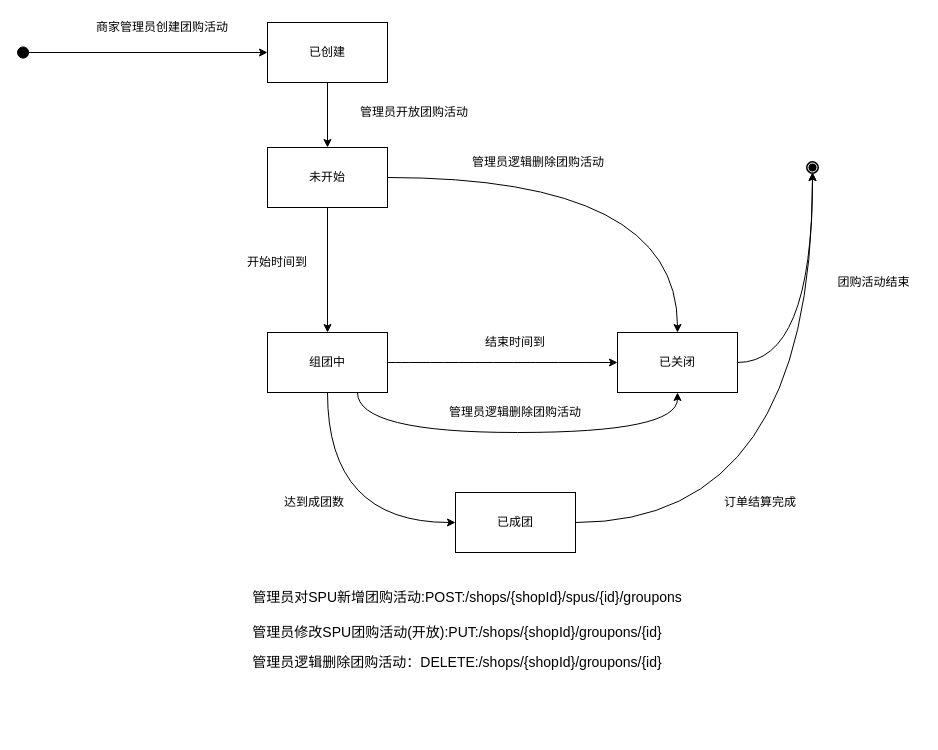
This is OOAD小组作业/商品模块状态设计之团购子模块.drawio from app1echip/grams, a draw.io file, before an edit. Source tidied: cells renumbered, new cells numbered last; positions are measured from the earlier drawing's top-left corner, leaving out a move shared by most shapes. Both pictures are drawn from the tidied source at 100%, with x=0, y=0 at pixel (17, 17).
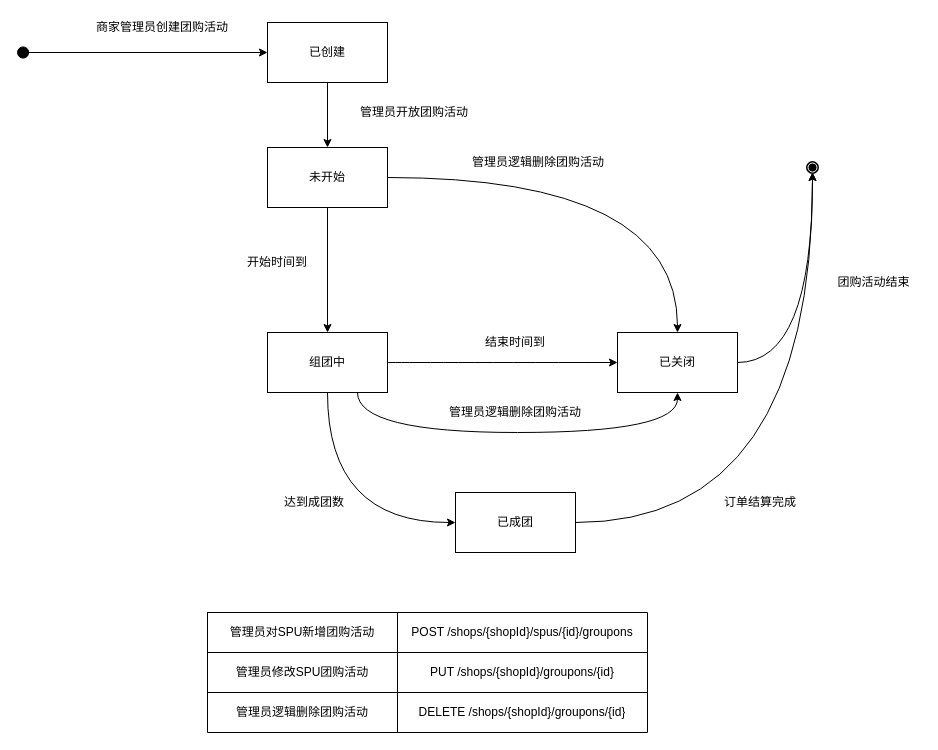
The same diagram, later.

Commit message:
Update 商品模块状态设计之团购子模块.drawio

Diff of the diagram source:
```diff
@@
-    <mxCell id="23" value="&lt;font style=&quot;font-size: 14px&quot;&gt;&lt;span&gt;&lt;span&gt;管理员对SPU新增团购活动&lt;/span&gt;&lt;/span&gt;:POST:/shops/{shopId}/spus/{id}/groupons&lt;/font&gt;" style="text;html=1;strokeColor=none;fillColor=none;align=center;verticalAlign=middle;whiteSpace=wrap;rounded=0;shadow=0;" parent="1" vertex="1">
-      <mxGeometry x="230" y="570" width="440" height="20" as="geometry" />
-    </mxCell>
-    <mxCell id="24" value="&lt;font style=&quot;font-size: 14px&quot;&gt;&lt;span&gt;&lt;span&gt;&lt;span class=&quot;opblock-summary-method&quot;&gt;&lt;/span&gt;&lt;span class=&quot;opblock-summary-path&quot;&gt;&lt;a class=&quot;nostyle&quot;&gt;&lt;span&gt;&lt;/span&gt;&lt;/a&gt;&lt;/span&gt;&lt;/span&gt;&lt;/span&gt;&lt;span&gt;&lt;span&gt;&lt;span class=&quot;opblock-summary-path&quot;&gt;&lt;a class=&quot;nostyle&quot;&gt;&lt;span&gt;&lt;span&gt;&lt;span&gt;&lt;span class=&quot;opblock-summary-path&quot;&gt;&lt;/span&gt;&lt;/span&gt;&lt;/span&gt;&lt;/span&gt;&lt;/a&gt;&lt;a class=&quot;nostyle&quot;&gt;&lt;span&gt;&lt;/span&gt;&lt;/a&gt;&lt;/span&gt;&lt;/span&gt;&lt;/span&gt;&lt;span&gt;&lt;span&gt;管理员修改SPU团购活动(开放):PUT:&lt;/span&gt;&lt;/span&gt;/shops/{shopId}/groupons/{id}&lt;span&gt;&lt;span&gt;&lt;/span&gt;&lt;/span&gt;&lt;span&gt;&lt;span&gt;&lt;/span&gt;&lt;/span&gt;&lt;span&gt;&lt;span&gt;&lt;span class=&quot;opblock-summary-path&quot;&gt;&lt;/span&gt;&lt;/span&gt;&lt;/span&gt;&lt;span&gt;&lt;span&gt;&lt;span class=&quot;opblock-summary-path&quot;&gt;&lt;/span&gt;&lt;/span&gt;&lt;/span&gt;&lt;span&gt;&lt;span&gt;&lt;span class=&quot;opblock-summary-path&quot;&gt;&lt;/span&gt;&lt;/span&gt;&lt;/span&gt;&lt;/font&gt;" style="text;html=1;strokeColor=none;fillColor=none;align=center;verticalAlign=middle;whiteSpace=wrap;rounded=0;" parent="1" vertex="1">
-      <mxGeometry x="230" y="605" width="420" height="20" as="geometry" />
-    </mxCell>
-    <mxCell id="25" value="&lt;font style=&quot;font-size: 14px&quot;&gt;管理员逻辑删除团购活动：DELETE:/shops/{shopId}/groupons/{id}&lt;/font&gt;" style="text;html=1;strokeColor=none;fillColor=none;align=center;verticalAlign=middle;whiteSpace=wrap;rounded=0;shadow=0;" parent="1" vertex="1">
-      <mxGeometry x="230" y="635" width="420" height="20" as="geometry" />
-    </mxCell>
@@
+    <mxCell id="30" style="shape=table;html=1;whiteSpace=wrap;startSize=0;childLayout=tableLayout;" parent="1" vertex="1">
+      <mxGeometry x="190" y="595" width="440" height="120" as="geometry" />
+    </mxCell>
+    <mxCell id="31" style="shape=partialRectangle;html=1;whiteSpace=wrap;fillColor=none;top=0;left=0;bottom=0;right=0;" parent="30" vertex="1">
+      <mxGeometry width="440" height="40" as="geometry" />
+    </mxCell>
+    <mxCell id="32" value="管理员对SPU新增团购活动" style="shape=partialRectangle;html=1;whiteSpace=wrap;overflow=hidden;fillColor=none;top=0;left=0;bottom=0;right=0;" parent="31" vertex="1">
+      <mxGeometry width="190" height="40" as="geometry" />
+    </mxCell>
+    <mxCell id="33" value="POST /shops/{shopId}/spus/{id}/groupons" style="shape=partialRectangle;html=1;whiteSpace=wrap;overflow=hidden;fillColor=none;top=0;left=0;bottom=0;right=0;" parent="31" vertex="1">
+      <mxGeometry x="190" width="250" height="40" as="geometry" />
+    </mxCell>
+    <mxCell id="34" style="shape=partialRectangle;html=1;whiteSpace=wrap;fillColor=none;top=0;left=0;bottom=0;right=0;" parent="30" vertex="1">
+      <mxGeometry y="40" width="440" height="40" as="geometry" />
+    </mxCell>
+    <mxCell id="35" value="管理员修改SPU团购活动" style="shape=partialRectangle;html=1;whiteSpace=wrap;overflow=hidden;fillColor=none;top=0;left=0;bottom=0;right=0;" parent="34" vertex="1">
+      <mxGeometry width="190" height="40" as="geometry" />
+    </mxCell>
+    <mxCell id="36" value="PUT /shops/{shopId}/groupons/{id}" style="shape=partialRectangle;html=1;whiteSpace=wrap;overflow=hidden;fillColor=none;top=0;left=0;bottom=0;right=0;" parent="34" vertex="1">
+      <mxGeometry x="190" width="250" height="40" as="geometry" />
+    </mxCell>
+    <mxCell id="37" style="shape=partialRectangle;html=1;whiteSpace=wrap;fillColor=none;top=0;left=0;bottom=0;right=0;" parent="30" vertex="1">
+      <mxGeometry y="80" width="440" height="40" as="geometry" />
+    </mxCell>
+    <mxCell id="38" value="管理员逻辑删除团购活动" style="shape=partialRectangle;html=1;whiteSpace=wrap;overflow=hidden;fillColor=none;top=0;left=0;bottom=0;right=0;" parent="37" vertex="1">
+      <mxGeometry width="190" height="40" as="geometry" />
+    </mxCell>
+    <mxCell id="39" value="DELETE /shops/{shopId}/groupons/{id}" style="shape=partialRectangle;html=1;whiteSpace=wrap;overflow=hidden;fillColor=none;top=0;left=0;bottom=0;right=0;" parent="37" vertex="1">
+      <mxGeometry x="190" width="250" height="40" as="geometry" />
+    </mxCell>
```
